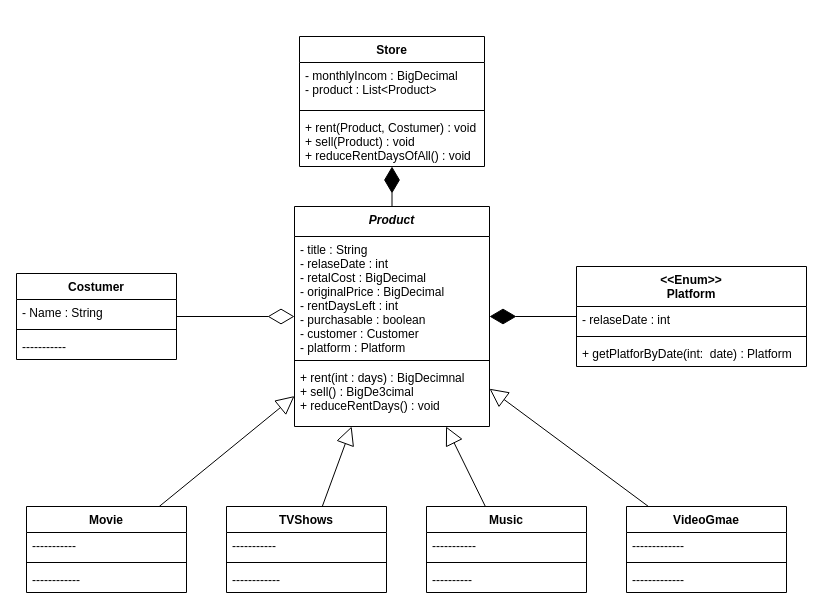
Earlier version of the draw.io diagram PA5.drawio (Guszti9/draw). Source tidied: cells renumbered, new cells numbered last; positions are measured from the earlier drawing's top-left corner, leaving out a move shared by most shapes. Both pictures are drawn from the tidied source at 100%, with x=0, y=0 at pixel (16, 36).
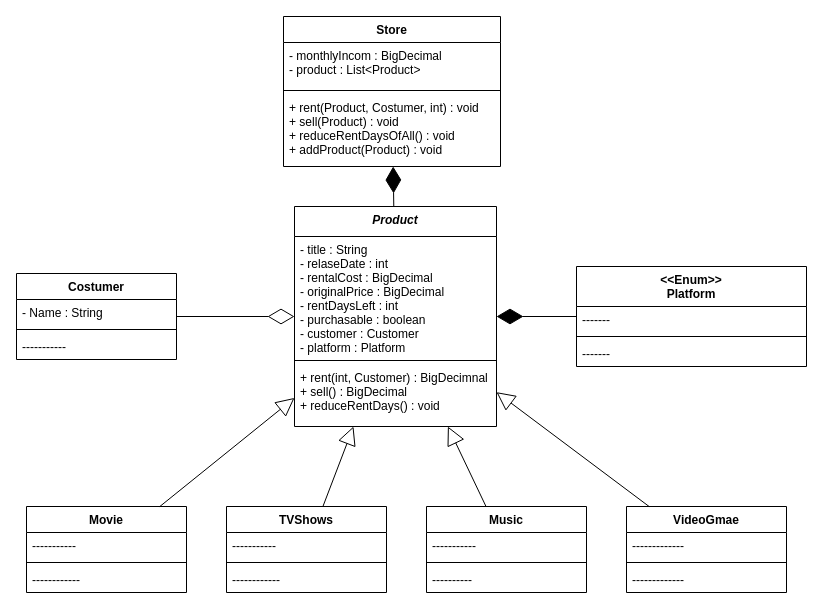
Above is the later version.

Unchanged cells that the change refers to:
```xml
<mxCell id="32" value="&lt;&lt;Enum&gt;&gt;&#10;Platform&#10;" style="swimlane;fontStyle=1;align=center;verticalAlign=top;horizontal=1;startSize=40;" parent="1" vertex="1">
  <mxGeometry x="560" y="230" width="230" height="100" as="geometry" />
</mxCell>
```

The edit, as a diff of the source:
```diff
@@
     <mxCell id="2" value="Store" style="swimlane;fontStyle=1;align=center;verticalAlign=top;horizontal=1;startSize=26;" parent="1" vertex="1">
-      <mxGeometry x="283" width="185" height="130" as="geometry" />
+      <mxGeometry x="267" y="-20" width="217" height="150" as="geometry" />
     </mxCell>
     <mxCell id="3" value="- monthlyIncom : BigDecimal&#10;- product : List&lt;Product&gt;&#10;" style="text;strokeColor=none;fillColor=none;align=left;verticalAlign=top;spacingLeft=4;spacingRight=4;overflow=hidden;" parent="2" vertex="1">
-      <mxGeometry y="26" width="185" height="44" as="geometry" />
+      <mxGeometry y="26" width="217" height="44" as="geometry" />
     </mxCell>
     <mxCell id="4" style="line;strokeWidth=1;fillColor=none;align=left;verticalAlign=middle;spacingTop=-1;spacingLeft=3;spacingRight=3;labelPosition=right;" parent="2" vertex="1">
-      <mxGeometry y="70" width="185" height="8" as="geometry" />
+      <mxGeometry y="70" width="217" height="8" as="geometry" />
     </mxCell>
-    <mxCell id="5" value="+ rent(Product, Costumer) : void&#10;+ sell(Product) : void&#10;+ reduceRentDaysOfAll() : void&#10;" style="text;strokeColor=none;fillColor=none;align=left;verticalAlign=top;spacingLeft=4;spacingRight=4;overflow=hidden;" parent="2" vertex="1">
-      <mxGeometry y="78" width="185" height="52" as="geometry" />
+    <mxCell id="5" value="+ rent(Product, Costumer, int) : void&#10;+ sell(Product) : void&#10;+ reduceRentDaysOfAll() : void&#10;+ addProduct(Product) : void&#10;" style="text;strokeColor=none;fillColor=none;align=left;verticalAlign=top;spacingLeft=4;spacingRight=4;overflow=hidden;" parent="2" vertex="1">
+      <mxGeometry y="78" width="217" height="72" as="geometry" />
     </mxCell>
     <mxCell id="6" value="Product" style="swimlane;fontStyle=3;align=center;verticalAlign=top;horizontal=1;startSize=30;" parent="1" vertex="1">
-      <mxGeometry x="278" y="170" width="195" height="220" as="geometry" />
+      <mxGeometry x="278" y="170" width="202" height="220" as="geometry" />
     </mxCell>
-    <mxCell id="7" value="- title : String&#10;- relaseDate : int&#10;- retalCost : BigDecimal&#10;- originalPrice : BigDecimal&#10;- rentDaysLeft : int&#10;- purchasable : boolean&#10;- customer : Customer&#10;- platform : Platform&#10;&#10;" style="text;strokeColor=none;fillColor=none;align=left;verticalAlign=top;spacingLeft=4;spacingRight=4;overflow=hidden;" parent="6" vertex="1">
-      <mxGeometry y="30" width="195" height="120" as="geometry" />
+    <mxCell id="7" value="- title : String&#10;- relaseDate : int&#10;- rentalCost : BigDecimal&#10;- originalPrice : BigDecimal&#10;- rentDaysLeft : int&#10;- purchasable : boolean&#10;- customer : Customer&#10;- platform : Platform&#10;&#10;" style="text;strokeColor=none;fillColor=none;align=left;verticalAlign=top;spacingLeft=4;spacingRight=4;overflow=hidden;" parent="6" vertex="1">
+      <mxGeometry y="30" width="202" height="120" as="geometry" />
     </mxCell>
     <mxCell id="8" style="line;strokeWidth=1;fillColor=none;align=left;verticalAlign=middle;spacingTop=-1;spacingLeft=3;spacingRight=3;labelPosition=right;" parent="6" vertex="1">
-      <mxGeometry y="150" width="195" height="8" as="geometry" />
+      <mxGeometry y="150" width="202" height="8" as="geometry" />
     </mxCell>
-    <mxCell id="9" value="+ rent(int : days) : BigDecimnal&#10;+ sell() : BigDe3cimal&#10;+ reduceRentDays() : void&#10;" style="text;strokeColor=none;fillColor=none;align=left;verticalAlign=top;spacingLeft=4;spacingRight=4;overflow=hidden;" parent="6" vertex="1">
-      <mxGeometry y="158" width="195" height="62" as="geometry" />
+    <mxCell id="9" value="+ rent(int, Customer) : BigDecimnal&#10;+ sell() : BigDecimal&#10;+ reduceRentDays() : void&#10;" style="text;strokeColor=none;fillColor=none;align=left;verticalAlign=top;spacingLeft=4;spacingRight=4;overflow=hidden;" parent="6" vertex="1">
+      <mxGeometry y="158" width="202" height="62" as="geometry" />
     </mxCell>
@@
-    <mxCell id="33" value="- relaseDate : int" style="text;strokeColor=none;fillColor=none;align=left;verticalAlign=top;spacingLeft=4;spacingRight=4;overflow=hidden;" parent="32" vertex="1">
+    <mxCell id="33" value="-------" style="text;strokeColor=none;fillColor=none;align=left;verticalAlign=top;spacingLeft=4;spacingRight=4;overflow=hidden;" parent="32" vertex="1">
       <mxGeometry y="40" width="230" height="26" as="geometry" />
     </mxCell>
@@
-    <mxCell id="35" value="+ getPlatforByDate(int:  date) : Platform" style="text;strokeColor=none;fillColor=none;align=left;verticalAlign=top;spacingLeft=4;spacingRight=4;overflow=hidden;" parent="32" vertex="1">
+    <mxCell id="35" value="-------" style="text;strokeColor=none;fillColor=none;align=left;verticalAlign=top;spacingLeft=4;spacingRight=4;overflow=hidden;" parent="32" vertex="1">
       <mxGeometry y="74" width="230" height="26" as="geometry" />
     </mxCell>
```
